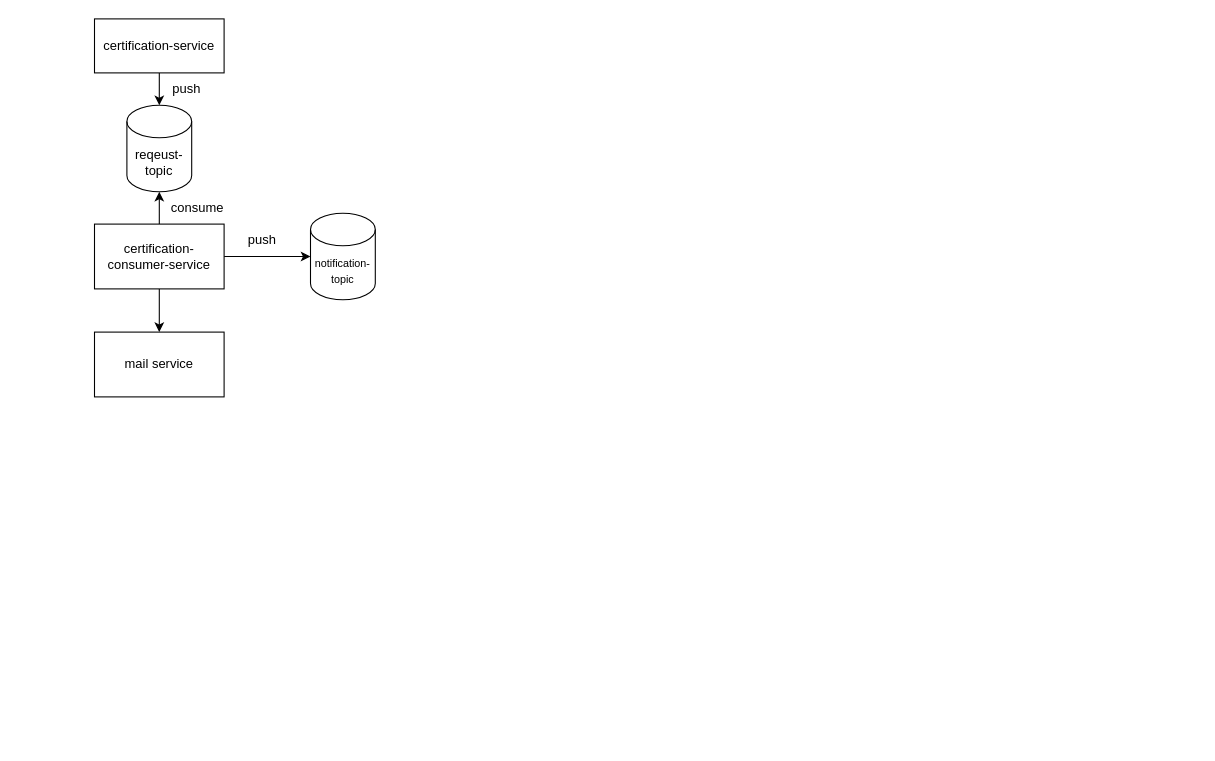
Above: page "Simple block diagram" (1 of 2) of request.drawio in huangshijie/Drawio (draw.io), before the change. Source tidied: cells renumbered, new cells numbered last; positions are measured from the earlier drawing's top-left corner, leaving out a move shared by most shapes. Both pictures are drawn from the tidied source at 108%, with x=0, y=0 at pixel (94, 18). Pictures stored in the file or linked from it are replaced by grey dashed boxes.
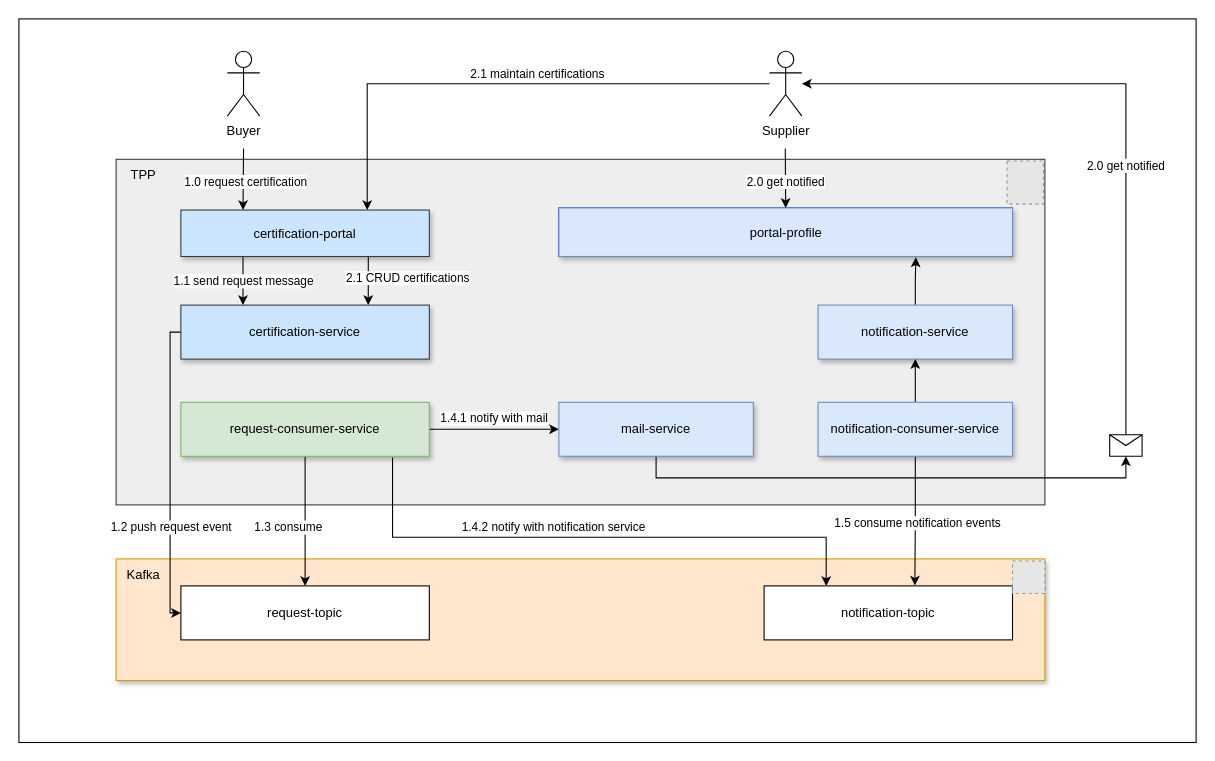
After the change.

What changed in the source:
```diff
@@
-    <mxCell id="2" style="edgeStyle=orthogonalEdgeStyle;rounded=0;jettySize=auto;html=1;entryX=0.5;entryY=0;entryDx=0;entryDy=0;entryPerimeter=0;" parent="1" edge="1" source="3" target="8">
-      <mxGeometry relative="1" as="geometry" />
-    </mxCell>
+    <mxCell id="14" style="rounded=0;whiteSpace=wrap;html=1;strokeColor=none;" parent="1" vertex="1">
+      <mxGeometry x="10" y="330" width="310" height="130" as="geometry" />
+    </mxCell>
+    <mxCell id="15" style="rounded=0;whiteSpace=wrap;html=1;" parent="1" vertex="1">
+      <mxGeometry x="-70" width="1090" height="670" as="geometry" />
+    </mxCell>
+    <mxCell id="16" style="rounded=0;whiteSpace=wrap;html=1;fillColor=#eeeeee;strokeColor=#36393d;" parent="1" vertex="1">
+      <mxGeometry x="20" y="130" width="860" height="320" as="geometry" />
+    </mxCell>
+    <mxCell id="17" style="rounded=0;whiteSpace=wrap;html=1;shadow=1;fillColor=#ffe6cc;strokeColor=#d79b00;" parent="1" vertex="1">
+      <mxGeometry x="20" y="500" width="860" height="112.6" as="geometry" />
+    </mxCell>
+    <mxCell id="18" style="rounded=0;jettySize=auto;html=1;entryX=0.25;entryY=0;entryDx=0;entryDy=0;" parent="1" edge="1" target="24">
+      <mxGeometry relative="1" as="geometry">
+        <mxPoint x="138" y="120" as="sourcePoint" />
+      </mxGeometry>
+    </mxCell>
+    <mxCell id="19" value="1.0 request certification" style="edgeLabel;html=1;align=center;verticalAlign=middle;" parent="18" vertex="1">
+      <mxGeometry x="-0.23" relative="1" as="geometry">
+        <mxPoint x="2" y="9" as="offset" />
+      </mxGeometry>
+    </mxCell>
+    <mxCell id="20" value="Buyer" style="shape=umlActor;verticalLabelPosition=bottom;verticalAlign=top;html=1;" parent="1" vertex="1">
+      <mxGeometry x="123" y="30" width="30" height="60" as="geometry" />
+    </mxCell>
+    <mxCell id="21" style="edgeStyle=orthogonalEdgeStyle;rounded=0;jettySize=auto;html=1;entryX=0.25;entryY=0;entryDx=0;entryDy=0;exitX=0.25;exitY=1;exitDx=0;exitDy=0;" parent="1" edge="1" source="24" target="3">
+      <mxGeometry relative="1" as="geometry" />
+    </mxCell>
+    <mxCell id="22" value="1.1 send request message" style="edgeLabel;html=1;align=center;verticalAlign=middle;" parent="21" vertex="1">
+      <mxGeometry x="-0.04" relative="1" as="geometry" />
+    </mxCell>
+    <mxCell id="23" value="2.1 CRUD certifications" style="edgeStyle=orthogonalEdgeStyle;rounded=0;orthogonalLoop=1;jettySize=auto;html=1;entryX=0.75;entryY=0;entryDx=0;entryDy=0;exitX=0.75;exitY=1;exitDx=0;exitDy=0;" parent="1" edge="1">
+      <mxGeometry x="-0.11" y="36" relative="1" as="geometry">
+        <mxPoint x="253.5" y="220" as="sourcePoint" />
+        <mxPoint x="253.5" y="265" as="targetPoint" />
+      </mxGeometry>
+    </mxCell>
+    <mxCell id="24" value="certification-portal" style="rounded=0;whiteSpace=wrap;html=1;fillColor=#cce5ff;strokeColor=#36393d;shadow=1;" parent="1" vertex="1">
+      <mxGeometry x="80" y="177" width="230" height="43" as="geometry" />
+    </mxCell>
+    <mxCell id="25" style="edgeStyle=orthogonalEdgeStyle;rounded=0;jettySize=auto;html=1;entryX=0;entryY=0.5;entryDx=0;entryDy=0;exitX=0;exitY=0.5;exitDx=0;exitDy=0;" parent="1" edge="1" source="3" target="46">
+      <mxGeometry relative="1" as="geometry">
+        <Array as="points">
+          <mxPoint x="70" y="290" />
+          <mxPoint x="70" y="550" />
+        </Array>
+      </mxGeometry>
+    </mxCell>
+    <mxCell id="26" value="1.2 push request event" style="edgeLabel;html=1;align=center;verticalAlign=middle;" parent="25" vertex="1">
+      <mxGeometry x="0.3" y="3" relative="1" as="geometry">
+        <mxPoint x="-3" y="8" as="offset" />
+      </mxGeometry>
+    </mxCell>
-    <mxCell id="3" value="certification-service" style="rounded=0;whiteSpace=wrap;html=1;" parent="1" vertex="1">
-      <mxGeometry width="120" height="50" as="geometry" />
+    <mxCell id="3" value="certification-service" style="rounded=0;whiteSpace=wrap;html=1;fillColor=#cce5ff;strokeColor=#36393d;shadow=1;" parent="1" vertex="1">
+      <mxGeometry x="80" y="265" width="230" height="50" as="geometry" />
     </mxCell>
-    <mxCell id="4" style="edgeStyle=orthogonalEdgeStyle;rounded=0;jettySize=auto;html=1;entryX=0.5;entryY=1;entryDx=0;entryDy=0;entryPerimeter=0;" parent="1" edge="1" source="7" target="8">
-      <mxGeometry relative="1" as="geometry" />
-    </mxCell>
-    <mxCell id="5" style="edgeStyle=orthogonalEdgeStyle;rounded=0;jettySize=auto;html=1;entryX=0;entryY=0.5;entryDx=0;entryDy=0;entryPerimeter=0;" parent="1" edge="1" source="7" target="11">
-      <mxGeometry relative="1" as="geometry" />
-    </mxCell>
-    <mxCell id="6" style="edgeStyle=orthogonalEdgeStyle;rounded=0;jettySize=auto;html=1;entryX=0.5;entryY=0;entryDx=0;entryDy=0;" parent="1" edge="1" source="7" target="13">
-      <mxGeometry relative="1" as="geometry" />
-    </mxCell>
-    <mxCell id="7" value="certification-consumer-service" style="rounded=0;whiteSpace=wrap;html=1;" parent="1" vertex="1">
-      <mxGeometry y="190" width="120" height="60" as="geometry" />
-    </mxCell>
-    <mxCell id="8" value="reqeust-topic" style="shape=cylinder3;whiteSpace=wrap;html=1;boundedLbl=1;backgroundOutline=1;size=15;" parent="1" vertex="1">
-      <mxGeometry x="30" y="80" width="60" height="80" as="geometry" />
-    </mxCell>
-    <mxCell id="9" value="push" style="text;html=1;align=center;verticalAlign=middle;strokeColor=none;fillColor=none;" parent="1" vertex="1">
-      <mxGeometry x="60" y="50" width="50" height="30" as="geometry" />
-    </mxCell>
-    <mxCell id="10" value="consume" style="text;html=1;align=center;verticalAlign=middle;strokeColor=none;fillColor=none;" parent="1" vertex="1">
-      <mxGeometry x="60" y="160" width="70" height="30" as="geometry" />
-    </mxCell>
+    <mxCell id="27" style="edgeStyle=orthogonalEdgeStyle;rounded=0;jettySize=auto;html=1;entryX=0.25;entryY=0;entryDx=0;entryDy=0;exitX=0.852;exitY=1.021;exitDx=0;exitDy=0;exitPerimeter=0;" parent="1" edge="1" source="32" target="11">
+      <mxGeometry relative="1" as="geometry">
+        <Array as="points">
+          <mxPoint x="276" y="480" />
+          <mxPoint x="677" y="480" />
+        </Array>
+      </mxGeometry>
+    </mxCell>
+    <mxCell id="28" value="1.4.2 notify with notification service" style="edgeLabel;html=1;align=center;verticalAlign=middle;" parent="27" vertex="1">
+      <mxGeometry x="-0.29" y="1" relative="1" as="geometry">
+        <mxPoint x="37" y="-9" as="offset" />
+      </mxGeometry>
+    </mxCell>
+    <mxCell id="29" style="rounded=0;jettySize=auto;html=1;entryX=0.5;entryY=0;entryDx=0;entryDy=0;exitX=0.5;exitY=1;exitDx=0;exitDy=0;" parent="1" edge="1" source="32" target="46">
+      <mxGeometry relative="1" as="geometry" />
+    </mxCell>
+    <mxCell id="30" value="1.3 consume&amp;nbsp;" style="edgeLabel;html=1;align=center;verticalAlign=middle;" parent="29" vertex="1">
+      <mxGeometry x="0.02" y="2" relative="1" as="geometry">
+        <mxPoint x="-17" y="4" as="offset" />
+      </mxGeometry>
+    </mxCell>
+    <mxCell id="31" value="1.4.1 notify with mail" style="edgeStyle=orthogonalEdgeStyle;rounded=0;jettySize=auto;html=1;" parent="1" edge="1" source="32" target="48">
+      <mxGeometry y="10" relative="1" as="geometry" />
+    </mxCell>
+    <mxCell id="32" value="request-consumer-service" style="rounded=0;whiteSpace=wrap;html=1;fillColor=#d5e8d4;strokeColor=#82b366;shadow=1;" parent="1" vertex="1">
+      <mxGeometry x="80" y="355" width="230" height="50" as="geometry" />
+    </mxCell>
-    <mxCell id="11" value="&lt;font style=&quot;font-size: 10px;&quot;&gt;notification-topic&lt;/font&gt;" style="shape=cylinder3;whiteSpace=wrap;html=1;boundedLbl=1;backgroundOutline=1;size=15;" parent="1" vertex="1">
-      <mxGeometry x="200" y="180" width="60" height="80" as="geometry" />
+    <mxCell id="11" value="notification-topic" style="rounded=0;whiteSpace=wrap;html=1;" parent="1" vertex="1">
+      <mxGeometry x="620" y="525" width="230" height="50" as="geometry" />
     </mxCell>
-    <mxCell id="12" value="push" style="text;html=1;align=center;verticalAlign=middle;strokeColor=none;fillColor=none;" parent="1" vertex="1">
-      <mxGeometry x="130" y="190" width="50" height="30" as="geometry" />
-    </mxCell>
-    <mxCell id="13" value="mail service" style="rounded=0;whiteSpace=wrap;html=1;" parent="1" vertex="1">
-      <mxGeometry y="290" width="120" height="60" as="geometry" />
-    </mxCell>
+    <mxCell id="33" style="rounded=0;jettySize=auto;html=1;entryX=0.75;entryY=0;entryDx=0;entryDy=0;edgeStyle=orthogonalEdgeStyle;" parent="1" edge="1" source="49" target="24">
+      <mxGeometry relative="1" as="geometry" />
+    </mxCell>
+    <mxCell id="34" value="2.1 maintain certifications" style="edgeLabel;html=1;align=center;verticalAlign=middle;" parent="33" vertex="1">
+      <mxGeometry x="-0.05" relative="1" as="geometry">
+        <mxPoint x="17" y="-10" as="offset" />
+      </mxGeometry>
+    </mxCell>
+    <mxCell id="35" value="Kafka" style="text;html=1;align=center;verticalAlign=middle;strokeColor=none;fillColor=none;" parent="1" vertex="1">
+      <mxGeometry x="20" y="500" width="50" height="30" as="geometry" />
+    </mxCell>
+    <mxCell id="36" value="TPP" style="text;html=1;align=center;verticalAlign=middle;strokeColor=none;fillColor=none;" parent="1" vertex="1">
+      <mxGeometry x="20" y="130" width="50" height="30" as="geometry" />
+    </mxCell>
+    <mxCell id="37" style="edgeStyle=orthogonalEdgeStyle;rounded=0;jettySize=auto;html=1;entryX=0.787;entryY=1.017;entryDx=0;entryDy=0;entryPerimeter=0;" parent="1" edge="1" source="38" target="52">
+      <mxGeometry relative="1" as="geometry" />
+    </mxCell>
+    <mxCell id="38" value="notification-service" style="rounded=0;whiteSpace=wrap;html=1;fontSize=12;fillColor=#dae8fc;strokeColor=#6c8ebf;shadow=1;" parent="1" vertex="1">
+      <mxGeometry x="670" y="265" width="180" height="50" as="geometry" />
+    </mxCell>
+    <mxCell id="39" style="edgeStyle=orthogonalEdgeStyle;rounded=0;jettySize=auto;html=1;exitX=0.5;exitY=0;exitDx=0;exitDy=0;" parent="1" edge="1" source="41" target="49">
+      <mxGeometry relative="1" as="geometry">
+        <Array as="points">
+          <mxPoint x="955" y="60" />
+        </Array>
+      </mxGeometry>
+    </mxCell>
+    <mxCell id="40" value="2.0 get notified" style="edgeLabel;html=1;align=center;verticalAlign=middle;" parent="39" vertex="1">
+      <mxGeometry x="-0.2" y="1" relative="1" as="geometry" />
+    </mxCell>
+    <mxCell id="41" style="shape=message;html=1;html=1;outlineConnect=0;labelPosition=center;verticalLabelPosition=bottom;align=center;verticalAlign=top;" parent="1" vertex="1">
+      <mxGeometry x="940" y="385" width="30" height="20" as="geometry" />
+    </mxCell>
+    <mxCell id="42" style="edgeStyle=orthogonalEdgeStyle;rounded=0;jettySize=auto;html=1;entryX=0.607;entryY=-0.007;entryDx=0;entryDy=0;entryPerimeter=0;" parent="1" edge="1" source="45" target="11">
+      <mxGeometry relative="1" as="geometry" />
+    </mxCell>
+    <mxCell id="43" value="1.5 consume notification events" style="edgeLabel;html=1;align=center;verticalAlign=middle;" parent="42" vertex="1">
+      <mxGeometry x="0.04" y="2" relative="1" as="geometry" />
+    </mxCell>
+    <mxCell id="44" style="edgeStyle=orthogonalEdgeStyle;rounded=0;jettySize=auto;html=1;entryX=0.5;entryY=1;entryDx=0;entryDy=0;" parent="1" edge="1" source="45" target="38">
+      <mxGeometry relative="1" as="geometry" />
+    </mxCell>
+    <mxCell id="45" value="notification-consumer-service" style="rounded=0;whiteSpace=wrap;html=1;fontSize=12;fillColor=#dae8fc;strokeColor=#6c8ebf;shadow=1;" parent="1" vertex="1">
+      <mxGeometry x="670" y="355" width="180" height="50" as="geometry" />
+    </mxCell>
+    <mxCell id="46" value="request-topic" style="rounded=0;whiteSpace=wrap;html=1;" parent="1" vertex="1">
+      <mxGeometry x="80" y="525" width="230" height="50" as="geometry" />
+    </mxCell>
+    <mxCell id="47" style="edgeStyle=orthogonalEdgeStyle;rounded=0;jettySize=auto;html=1;exitX=0.5;exitY=1;exitDx=0;exitDy=0;entryX=0.5;entryY=1;entryDx=0;entryDy=0;" parent="1" edge="1" source="48" target="41">
+      <mxGeometry relative="1" as="geometry" />
+    </mxCell>
+    <mxCell id="48" value="mail-service" style="rounded=0;whiteSpace=wrap;html=1;fontSize=12;fillColor=#dae8fc;strokeColor=#6c8ebf;shadow=1;" parent="1" vertex="1">
+      <mxGeometry x="430" y="355" width="180" height="50" as="geometry" />
+    </mxCell>
+    <mxCell id="49" value="Supplier" style="shape=umlActor;verticalLabelPosition=bottom;verticalAlign=top;html=1;outlineConnect=0;" parent="1" vertex="1">
+      <mxGeometry x="625" y="30" width="30" height="60" as="geometry" />
+    </mxCell>
+    <mxCell id="50" style="fillColor=#E6E6E6;strokeColor=#999999;dashed=1;verticalLabelPosition=bottom;labelBackgroundColor=default;verticalAlign=top;" parent="1" vertex="1">
+      <mxGeometry x="845" y="131.5" width="33.6" height="40" as="geometry" />
+    </mxCell>
+    <mxCell id="51" style="group;fillColor=#0050ef;fontColor=#ffffff;strokeColor=#001DBC;" parent="1" vertex="1">
+      <mxGeometry x="430" y="175" width="420" height="45" as="geometry" />
+    </mxCell>
+    <mxCell id="52" style="whiteSpace=wrap;html=1;shadow=1;fontSize=12;fillColor=#dae8fc;strokeColor=#6c8ebf;rounded=0;" parent="51" vertex="1">
+      <mxGeometry width="420" height="45" as="geometry" />
+    </mxCell>
+    <mxCell id="53" value="portal-profile" style="text;html=1;align=center;verticalAlign=middle;strokeColor=none;fillColor=none;" parent="51" vertex="1">
+      <mxGeometry x="165" y="7.5" width="90" height="30" as="geometry" />
+    </mxCell>
+    <mxCell id="54" style="rounded=0;jettySize=auto;html=1;entryX=0.5;entryY=0;entryDx=0;entryDy=0;" parent="1" edge="1" target="52">
+      <mxGeometry relative="1" as="geometry">
+        <mxPoint x="639.6" y="120" as="sourcePoint" />
+      </mxGeometry>
+    </mxCell>
+    <mxCell id="55" value="2.0 get notified" style="edgeLabel;html=1;align=center;verticalAlign=middle;" parent="54" vertex="1">
+      <mxGeometry x="-0.05" relative="1" as="geometry">
+        <mxPoint y="5" as="offset" />
+      </mxGeometry>
+    </mxCell>
+    <mxCell id="56" style="fillColor=#E6E6E6;strokeColor=#999999;dashed=1;verticalLabelPosition=bottom;labelBackgroundColor=default;verticalAlign=top;" parent="1" vertex="1">
+      <mxGeometry x="850" y="502" width="30" height="30" as="geometry" />
+    </mxCell>
```
